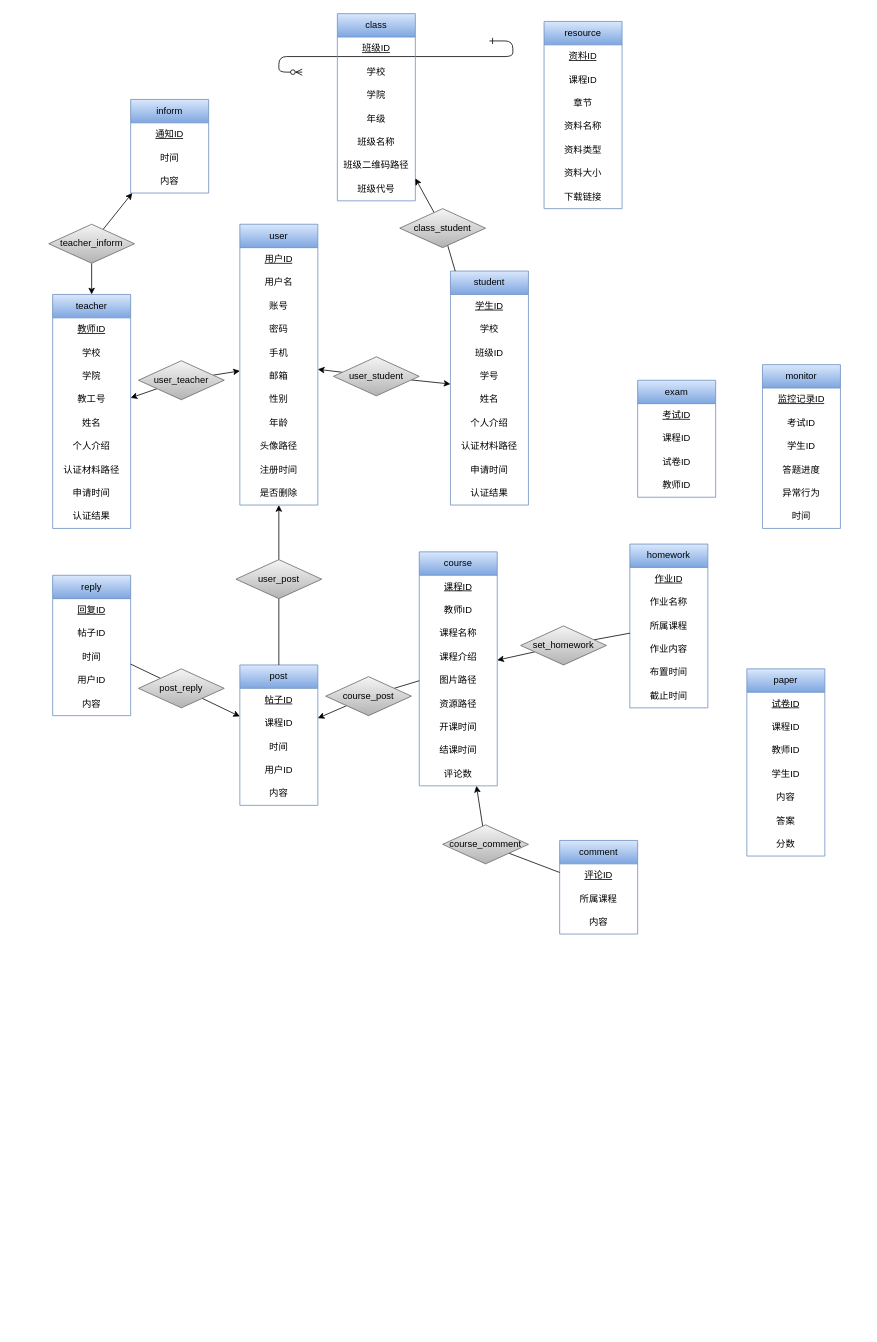
The draw.io diagram 未命名绘图.drawio in Umbrellalalala/Hello-World, before the edit. Source tidied: cells renumbered, new cells numbered last; positions are measured from the earlier drawing's top-left corner, leaving out a move shared by most shapes. Both pictures are drawn from the tidied source at 78%, with x=0, y=0 at pixel (48, 13).
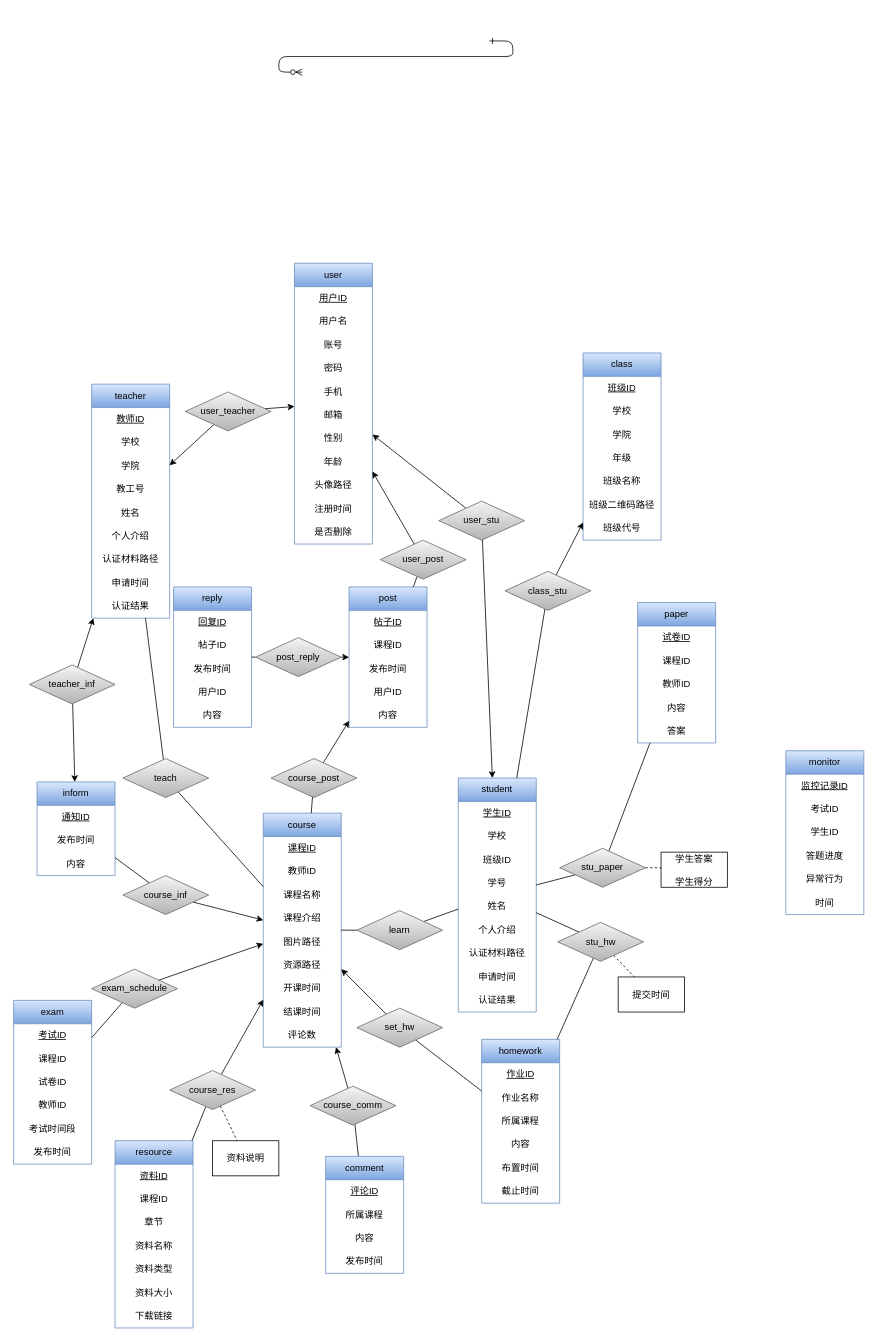
After the change.

Commit message (it also covers changes not shown here):
更新未命名绘图.drawio

Change to the diagram source:
```diff
@@
     <mxCell id="3" value="student" style="swimlane;fontStyle=0;horizontal=1;startSize=30;whiteSpace=wrap;html=1;fillColor=#dae8fc;strokeColor=#6c8ebf;gradientColor=#7ea6e0;" parent="1" vertex="1">
-      <mxGeometry x="515" y="330" width="100" height="300" as="geometry" />
+      <mxGeometry x="525" y="980" width="100" height="300" as="geometry" />
     </mxCell>
@@
     <mxCell id="13" value="teacher" style="swimlane;fontStyle=0;horizontal=1;startSize=30;whiteSpace=wrap;html=1;fillColor=#dae8fc;gradientColor=#7ea6e0;strokeColor=#6c8ebf;" parent="1" vertex="1">
-      <mxGeometry x="5" y="360" width="100" height="300" as="geometry" />
+      <mxGeometry x="55" y="475" width="100" height="300" as="geometry" />
     </mxCell>
@@
     <mxCell id="23" value="user" style="swimlane;fontStyle=0;horizontal=1;startSize=30;whiteSpace=wrap;html=1;fillColor=#dae8fc;strokeColor=#6c8ebf;gradientColor=#7ea6e0;" parent="1" vertex="1">
-      <mxGeometry x="245" y="270" width="100" height="360" as="geometry" />
+      <mxGeometry x="315" y="320" width="100" height="360" as="geometry" />
     </mxCell>
@@
     <mxCell id="37" value="user_teacher" style="rhombus;whiteSpace=wrap;html=1;fillColor=#f5f5f5;strokeColor=#666666;gradientColor=#b3b3b3;" parent="1" vertex="1">
-      <mxGeometry x="115" y="445" width="110" height="50" as="geometry" />
+      <mxGeometry x="175" y="485" width="110" height="50" as="geometry" />
     </mxCell>
@@
-    <mxCell id="40" value="user_student" style="rhombus;whiteSpace=wrap;html=1;fillColor=#f5f5f5;strokeColor=#666666;gradientColor=#b3b3b3;" parent="1" vertex="1">
-      <mxGeometry x="365" y="440" width="110" height="50" as="geometry" />
+    <mxCell id="40" value="user_stu" style="rhombus;whiteSpace=wrap;html=1;fillColor=#f5f5f5;strokeColor=#666666;gradientColor=#b3b3b3;" parent="1" vertex="1">
+      <mxGeometry x="500" y="625" width="110" height="50" as="geometry" />
     </mxCell>
     <mxCell id="41" value="class" style="swimlane;fontStyle=0;horizontal=1;startSize=30;whiteSpace=wrap;html=1;fillColor=#dae8fc;strokeColor=#6c8ebf;gradientColor=#7ea6e0;" parent="1" vertex="1">
-      <mxGeometry x="370" width="100" height="240" as="geometry" />
+      <mxGeometry x="685" y="435" width="100" height="240" as="geometry" />
     </mxCell>
@@
     <mxCell id="49" value="course" style="swimlane;fontStyle=0;horizontal=1;startSize=30;whiteSpace=wrap;html=1;fillColor=#dae8fc;gradientColor=#7ea6e0;strokeColor=#6c8ebf;" parent="1" vertex="1">
-      <mxGeometry x="475" y="690" width="100" height="300" as="geometry" />
+      <mxGeometry x="275" y="1025" width="100" height="300" as="geometry" />
     </mxCell>
@@
     <mxCell id="59" value="resource" style="swimlane;fontStyle=0;horizontal=1;startSize=30;whiteSpace=wrap;html=1;fillColor=#dae8fc;strokeColor=#6c8ebf;gradientColor=#7ea6e0;" parent="1" vertex="1">
-      <mxGeometry x="635" y="10" width="100" height="240" as="geometry" />
+      <mxGeometry x="85" y="1445" width="100" height="240" as="geometry" />
     </mxCell>
@@
     <mxCell id="67" value="inform" style="swimlane;fontStyle=0;horizontal=1;startSize=30;whiteSpace=wrap;html=1;fillColor=#dae8fc;strokeColor=#6c8ebf;gradientColor=#7ea6e0;" parent="1" vertex="1">
-      <mxGeometry x="105" y="110" width="100" height="120" as="geometry" />
+      <mxGeometry x="-15" y="985" width="100" height="120" as="geometry" />
     </mxCell>
@@
-    <mxCell id="69" value="时间" style="text;strokeColor=none;fillColor=none;align=center;verticalAlign=middle;spacingLeft=4;spacingRight=4;overflow=hidden;whiteSpace=wrap;html=1;" parent="67" vertex="1">
+    <mxCell id="69" value="发布时间" style="text;strokeColor=none;fillColor=none;align=center;verticalAlign=middle;spacingLeft=4;spacingRight=4;overflow=hidden;whiteSpace=wrap;html=1;" parent="67" vertex="1">
       <mxGeometry y="60" width="100" height="30" as="geometry" />
     </mxCell>
@@
     <mxCell id="71" value="homework" style="swimlane;fontStyle=0;horizontal=1;startSize=30;whiteSpace=wrap;html=1;fillColor=#dae8fc;gradientColor=#7ea6e0;strokeColor=#6c8ebf;" parent="1" vertex="1">
-      <mxGeometry x="745" y="680" width="100" height="210" as="geometry" />
+      <mxGeometry x="555" y="1315" width="100" height="210" as="geometry" />
     </mxCell>
@@
-    <mxCell id="75" value="作业内容" style="text;strokeColor=none;fillColor=none;align=center;verticalAlign=middle;spacingLeft=4;spacingRight=4;overflow=hidden;whiteSpace=wrap;html=1;" parent="71" vertex="1">
+    <mxCell id="75" value="内容" style="text;strokeColor=none;fillColor=none;align=center;verticalAlign=middle;spacingLeft=4;spacingRight=4;overflow=hidden;whiteSpace=wrap;html=1;" parent="71" vertex="1">
       <mxGeometry y="120" width="100" height="30" as="geometry" />
     </mxCell>
@@
     <mxCell id="78" value="reply" style="swimlane;fontStyle=0;horizontal=1;startSize=30;whiteSpace=wrap;html=1;fillColor=#dae8fc;gradientColor=#7ea6e0;strokeColor=#6c8ebf;" parent="1" vertex="1">
-      <mxGeometry x="5" y="720" width="100" height="180" as="geometry" />
+      <mxGeometry x="160" y="735" width="100" height="180" as="geometry" />
     </mxCell>
@@
-    <mxCell id="81" value="时间" style="text;strokeColor=none;fillColor=none;align=center;verticalAlign=middle;spacingLeft=4;spacingRight=4;overflow=hidden;whiteSpace=wrap;html=1;" parent="78" vertex="1">
+    <mxCell id="81" value="发布时间" style="text;strokeColor=none;fillColor=none;align=center;verticalAlign=middle;spacingLeft=4;spacingRight=4;overflow=hidden;whiteSpace=wrap;html=1;" parent="78" vertex="1">
       <mxGeometry y="90" width="100" height="30" as="geometry" />
     </mxCell>
@@
     <mxCell id="84" value="exam" style="swimlane;fontStyle=0;horizontal=1;startSize=30;whiteSpace=wrap;html=1;fillColor=#dae8fc;strokeColor=#6c8ebf;gradientColor=#7ea6e0;" parent="1" vertex="1">
-      <mxGeometry x="755" y="470" width="100" height="150" as="geometry" />
+      <mxGeometry x="-45" y="1265" width="100" height="210" as="geometry" />
     </mxCell>
@@
+    <mxCell id="135" value="考试时间段" style="text;strokeColor=none;fillColor=none;align=center;verticalAlign=middle;spacingLeft=4;spacingRight=4;overflow=hidden;whiteSpace=wrap;html=1;" parent="84" vertex="1">
+      <mxGeometry y="150" width="100" height="30" as="geometry" />
+    </mxCell>
+    <mxCell id="136" value="发布时间" style="text;strokeColor=none;fillColor=none;align=center;verticalAlign=middle;spacingLeft=4;spacingRight=4;overflow=hidden;whiteSpace=wrap;html=1;" parent="84" vertex="1">
+      <mxGeometry y="180" width="100" height="30" as="geometry" />
+    </mxCell>
     <mxCell id="89" value="paper" style="swimlane;fontStyle=0;horizontal=1;startSize=30;whiteSpace=wrap;html=1;fillColor=#dae8fc;gradientColor=#7ea6e0;strokeColor=#6c8ebf;" parent="1" vertex="1">
-      <mxGeometry x="895" y="840" width="100" height="240" as="geometry" />
+      <mxGeometry x="755" y="755" width="100" height="180" as="geometry" />
     </mxCell>
@@
-    <mxCell id="93" value="学生ID" style="text;strokeColor=none;fillColor=none;align=center;verticalAlign=middle;spacingLeft=4;spacingRight=4;overflow=hidden;whiteSpace=wrap;html=1;" parent="89" vertex="1">
-      <mxGeometry y="120" width="100" height="30" as="geometry" />
-    </mxCell>
     <mxCell id="94" value="内容" style="text;strokeColor=none;fillColor=none;align=center;verticalAlign=middle;spacingLeft=4;spacingRight=4;overflow=hidden;whiteSpace=wrap;html=1;" parent="89" vertex="1">
-      <mxGeometry y="150" width="100" height="30" as="geometry" />
+      <mxGeometry y="120" width="100" height="30" as="geometry" />
     </mxCell>
     <mxCell id="95" value="答案" style="text;strokeColor=none;fillColor=none;align=center;verticalAlign=middle;spacingLeft=4;spacingRight=4;overflow=hidden;whiteSpace=wrap;html=1;" parent="89" vertex="1">
-      <mxGeometry y="180" width="100" height="30" as="geometry" />
+      <mxGeometry y="150" width="100" height="30" as="geometry" />
     </mxCell>
-    <mxCell id="96" value="分数" style="text;strokeColor=none;fillColor=none;align=center;verticalAlign=middle;spacingLeft=4;spacingRight=4;overflow=hidden;whiteSpace=wrap;html=1;" parent="89" vertex="1">
-      <mxGeometry y="210" width="100" height="30" as="geometry" />
-    </mxCell>
     <mxCell id="97" value="monitor" style="swimlane;fontStyle=0;horizontal=1;startSize=30;whiteSpace=wrap;html=1;fillColor=#dae8fc;strokeColor=#6c8ebf;gradientColor=#7ea6e0;" parent="1" vertex="1">
-      <mxGeometry x="915" y="450" width="100" height="210" as="geometry" />
+      <mxGeometry x="945" y="945" width="100" height="210" as="geometry" />
     </mxCell>
@@
-    <mxCell id="106" value="set_homework" style="rhombus;whiteSpace=wrap;html=1;fillColor=#f5f5f5;strokeColor=#666666;gradientColor=#b3b3b3;" parent="1" vertex="1">
-      <mxGeometry x="605" y="785" width="110" height="50" as="geometry" />
+    <mxCell id="106" value="set_hw" style="rhombus;whiteSpace=wrap;html=1;fillColor=#f5f5f5;strokeColor=#666666;gradientColor=#b3b3b3;" parent="1" vertex="1">
+      <mxGeometry x="395" y="1275" width="110" height="50" as="geometry" />
     </mxCell>
     <mxCell id="107" value="post" style="swimlane;fontStyle=0;horizontal=1;startSize=30;whiteSpace=wrap;html=1;fillColor=#dae8fc;gradientColor=#7ea6e0;strokeColor=#6c8ebf;" parent="1" vertex="1">
-      <mxGeometry x="245" y="835" width="100" height="180" as="geometry" />
+      <mxGeometry x="385" y="735" width="100" height="180" as="geometry" />
     </mxCell>
@@
-    <mxCell id="110" value="时间" style="text;strokeColor=none;fillColor=none;align=center;verticalAlign=middle;spacingLeft=4;spacingRight=4;overflow=hidden;whiteSpace=wrap;html=1;" parent="107" vertex="1">
+    <mxCell id="110" value="发布时间" style="text;strokeColor=none;fillColor=none;align=center;verticalAlign=middle;spacingLeft=4;spacingRight=4;overflow=hidden;whiteSpace=wrap;html=1;" parent="107" vertex="1">
       <mxGeometry y="90" width="100" height="30" as="geometry" />
     </mxCell>
@@
     <mxCell id="115" value="course_post" style="rhombus;whiteSpace=wrap;html=1;fillColor=#f5f5f5;strokeColor=#666666;gradientColor=#b3b3b3;" parent="1" vertex="1">
-      <mxGeometry x="355" y="850" width="110" height="50" as="geometry" />
+      <mxGeometry x="285" y="955" width="110" height="50" as="geometry" />
     </mxCell>
@@
     <mxCell id="118" value="post_reply" style="rhombus;whiteSpace=wrap;html=1;fillColor=#f5f5f5;strokeColor=#666666;gradientColor=#b3b3b3;" parent="1" vertex="1">
-      <mxGeometry x="115" y="840" width="110" height="50" as="geometry" />
+      <mxGeometry x="265" y="800" width="110" height="50" as="geometry" />
     </mxCell>
@@
-    <mxCell id="121" value="teacher_inform" style="rhombus;whiteSpace=wrap;html=1;fillColor=#f5f5f5;strokeColor=#666666;gradientColor=#b3b3b3;" parent="1" vertex="1">
-      <mxGeometry y="270" width="110" height="50" as="geometry" />
+    <mxCell id="121" value="teacher_inf" style="rhombus;whiteSpace=wrap;html=1;fillColor=#f5f5f5;strokeColor=#666666;gradientColor=#b3b3b3;" parent="1" vertex="1">
+      <mxGeometry x="-25" y="835" width="110" height="50" as="geometry" />
     </mxCell>
@@
     <mxCell id="124" value="user_post" style="rhombus;whiteSpace=wrap;html=1;fillColor=#f5f5f5;strokeColor=#666666;gradientColor=#b3b3b3;" parent="1" vertex="1">
-      <mxGeometry x="240" y="700" width="110" height="50" as="geometry" />
+      <mxGeometry x="425" y="675" width="110" height="50" as="geometry" />
     </mxCell>
@@
-    <mxCell id="127" value="class_student" style="rhombus;whiteSpace=wrap;html=1;fillColor=#f5f5f5;strokeColor=#666666;gradientColor=#b3b3b3;" parent="1" vertex="1">
-      <mxGeometry x="450" y="250" width="110" height="50" as="geometry" />
+    <mxCell id="127" value="class_stu" style="rhombus;whiteSpace=wrap;html=1;fillColor=#f5f5f5;strokeColor=#666666;gradientColor=#b3b3b3;" parent="1" vertex="1">
+      <mxGeometry x="585" y="715" width="110" height="50" as="geometry" />
     </mxCell>
+    <mxCell id="137" style="rounded=0;jettySize=auto;html=1;endArrow=none;endFill=0;" parent="1" edge="1" source="128" target="134">
+      <mxGeometry relative="1" as="geometry" />
+    </mxCell>
     <mxCell id="128" value="comment" style="swimlane;fontStyle=0;horizontal=1;startSize=30;whiteSpace=wrap;html=1;fillColor=#dae8fc;strokeColor=#6c8ebf;gradientColor=#7ea6e0;" parent="1" vertex="1">
-      <mxGeometry x="655" y="1060" width="100" height="120" as="geometry" />
+      <mxGeometry x="355" y="1465" width="100" height="150" as="geometry" />
     </mxCell>
@@
-    <mxCell id="132" style="rounded=0;jettySize=auto;html=1;endArrow=none;endFill=0;" parent="1" edge="1" source="134" target="128">
-      <mxGeometry relative="1" as="geometry" />
-    </mxCell>
+    <mxCell id="138" value="发布时间" style="text;strokeColor=none;fillColor=none;align=center;verticalAlign=middle;spacingLeft=4;spacingRight=4;overflow=hidden;whiteSpace=wrap;html=1;" parent="128" vertex="1">
+      <mxGeometry y="120" width="100" height="30" as="geometry" />
+    </mxCell>
@@
-    <mxCell id="134" value="course_comment" style="rhombus;whiteSpace=wrap;html=1;fillColor=#f5f5f5;strokeColor=#666666;gradientColor=#b3b3b3;" parent="1" vertex="1">
-      <mxGeometry x="505" y="1040" width="110" height="50" as="geometry" />
+    <mxCell id="134" value="course_comm" style="rhombus;whiteSpace=wrap;html=1;fillColor=#f5f5f5;strokeColor=#666666;gradientColor=#b3b3b3;" parent="1" vertex="1">
+      <mxGeometry x="335" y="1375" width="110" height="50" as="geometry" />
     </mxCell>
+    <mxCell id="139" style="rounded=0;jettySize=auto;html=1;endArrow=none;endFill=0;" parent="1" edge="1" source="142" target="59">
+      <mxGeometry relative="1" as="geometry" />
+    </mxCell>
+    <mxCell id="140" style="rounded=0;jettySize=auto;html=1;" parent="1" edge="1" source="142" target="49">
+      <mxGeometry relative="1" as="geometry" />
+    </mxCell>
+    <mxCell id="141" style="rounded=0;jettySize=auto;html=1;endArrow=none;endFill=0;dashed=1;" parent="1" edge="1" source="142" target="164">
+      <mxGeometry relative="1" as="geometry" />
+    </mxCell>
+    <mxCell id="142" value="course_res" style="rhombus;whiteSpace=wrap;html=1;fillColor=#f5f5f5;strokeColor=#666666;gradientColor=#b3b3b3;" parent="1" vertex="1">
+      <mxGeometry x="155" y="1355" width="110" height="50" as="geometry" />
+    </mxCell>
+    <mxCell id="143" style="rounded=0;jettySize=auto;html=1;endArrow=none;endFill=0;" parent="1" edge="1" source="145" target="67">
+      <mxGeometry relative="1" as="geometry" />
+    </mxCell>
+    <mxCell id="144" style="rounded=0;jettySize=auto;html=1;" parent="1" edge="1" source="145" target="49">
+      <mxGeometry relative="1" as="geometry" />
+    </mxCell>
+    <mxCell id="145" value="course_inf" style="rhombus;whiteSpace=wrap;html=1;fillColor=#f5f5f5;strokeColor=#666666;gradientColor=#b3b3b3;" parent="1" vertex="1">
+      <mxGeometry x="95" y="1105" width="110" height="50" as="geometry" />
+    </mxCell>
+    <mxCell id="146" style="rounded=0;jettySize=auto;html=1;endArrow=none;endFill=0;" parent="1" edge="1" source="148" target="84">
+      <mxGeometry relative="1" as="geometry" />
+    </mxCell>
+    <mxCell id="147" style="rounded=0;jettySize=auto;html=1;" parent="1" edge="1" source="148" target="49">
+      <mxGeometry relative="1" as="geometry" />
+    </mxCell>
+    <mxCell id="148" value="exam_schedule" style="rhombus;whiteSpace=wrap;html=1;fillColor=#f5f5f5;strokeColor=#666666;gradientColor=#b3b3b3;" parent="1" vertex="1">
+      <mxGeometry x="55" y="1225" width="110" height="50" as="geometry" />
+    </mxCell>
+    <mxCell id="149" style="rounded=0;jettySize=auto;html=1;endArrow=none;endFill=0;" parent="1" edge="1" source="152" target="3">
+      <mxGeometry relative="1" as="geometry" />
+    </mxCell>
+    <mxCell id="150" style="rounded=0;jettySize=auto;html=1;endArrow=none;endFill=0;" parent="1" edge="1" source="152" target="89">
+      <mxGeometry relative="1" as="geometry" />
+    </mxCell>
+    <mxCell id="151" style="edgeStyle=orthogonalEdgeStyle;rounded=0;jettySize=auto;html=1;endArrow=none;endFill=0;dashed=1;" parent="1" edge="1" source="152" target="153">
+      <mxGeometry relative="1" as="geometry" />
+    </mxCell>
+    <mxCell id="152" value="stu_paper" style="rhombus;whiteSpace=wrap;html=1;fillColor=#f5f5f5;strokeColor=#666666;gradientColor=#b3b3b3;" parent="1" vertex="1">
+      <mxGeometry x="655" y="1070" width="110" height="50" as="geometry" />
+    </mxCell>
+    <mxCell id="153" value="学生答案&lt;div&gt;&lt;br&gt;&lt;div&gt;学生得分&lt;/div&gt;&lt;/div&gt;" style="rounded=0;whiteSpace=wrap;html=1;" parent="1" vertex="1">
+      <mxGeometry x="785" y="1075" width="85" height="45" as="geometry" />
+    </mxCell>
+    <mxCell id="154" style="rounded=0;jettySize=auto;html=1;endArrow=none;endFill=0;" parent="1" edge="1" source="157" target="3">
+      <mxGeometry relative="1" as="geometry" />
+    </mxCell>
+    <mxCell id="155" style="rounded=0;jettySize=auto;html=1;endArrow=none;endFill=0;" parent="1" edge="1" source="157" target="71">
+      <mxGeometry relative="1" as="geometry" />
+    </mxCell>
+    <mxCell id="156" style="rounded=0;jettySize=auto;html=1;endArrow=none;endFill=0;dashed=1;" parent="1" edge="1" source="157" target="165">
+      <mxGeometry relative="1" as="geometry" />
+    </mxCell>
+    <mxCell id="157" value="stu_hw" style="rhombus;whiteSpace=wrap;html=1;fillColor=#f5f5f5;strokeColor=#666666;gradientColor=#b3b3b3;" parent="1" vertex="1">
+      <mxGeometry x="652.5" y="1165" width="110" height="50" as="geometry" />
+    </mxCell>
+    <mxCell id="158" style="rounded=0;jettySize=auto;html=1;endArrow=none;endFill=0;" parent="1" edge="1" source="160" target="49">
+      <mxGeometry relative="1" as="geometry" />
+    </mxCell>
+    <mxCell id="159" style="rounded=0;jettySize=auto;html=1;endArrow=none;endFill=0;" parent="1" edge="1" source="160" target="3">
+      <mxGeometry relative="1" as="geometry" />
+    </mxCell>
+    <mxCell id="160" value="learn" style="rhombus;whiteSpace=wrap;html=1;fillColor=#f5f5f5;strokeColor=#666666;gradientColor=#b3b3b3;" parent="1" vertex="1">
+      <mxGeometry x="395" y="1150" width="110" height="50" as="geometry" />
+    </mxCell>
+    <mxCell id="161" style="rounded=0;jettySize=auto;html=1;endArrow=none;endFill=0;" parent="1" edge="1" source="163" target="13">
+      <mxGeometry relative="1" as="geometry" />
+    </mxCell>
+    <mxCell id="162" style="rounded=0;jettySize=auto;html=1;endArrow=none;endFill=0;" parent="1" edge="1" source="163" target="49">
+      <mxGeometry relative="1" as="geometry" />
+    </mxCell>
+    <mxCell id="163" value="teach" style="rhombus;whiteSpace=wrap;html=1;fillColor=#f5f5f5;strokeColor=#666666;gradientColor=#b3b3b3;" parent="1" vertex="1">
+      <mxGeometry x="95" y="955" width="110" height="50" as="geometry" />
+    </mxCell>
+    <mxCell id="164" value="资料说明" style="rounded=0;whiteSpace=wrap;html=1;" parent="1" vertex="1">
+      <mxGeometry x="210" y="1445" width="85" height="45" as="geometry" />
+    </mxCell>
+    <mxCell id="165" value="提交时间" style="rounded=0;whiteSpace=wrap;html=1;" parent="1" vertex="1">
+      <mxGeometry x="730" y="1235" width="85" height="45" as="geometry" />
+    </mxCell>
```
